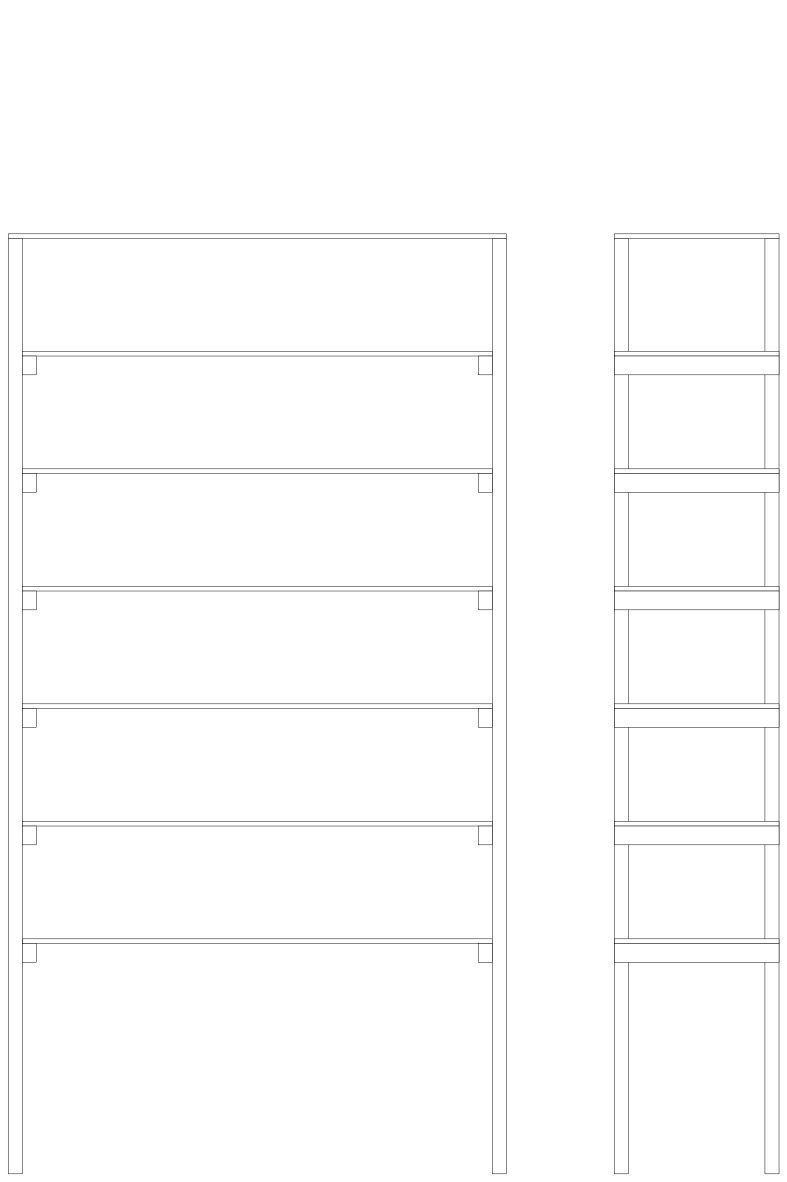
sendo-kakeru/diy keeps this draw.io diagram as 下駄箱.drawio. Above is the earlier version. Source tidied: cells renumbered, new cells numbered last; positions are measured from the earlier drawing's top-left corner, leaving out a move shared by most shapes. Both pictures are drawn from the tidied source at 47%, with x=0, y=0 at pixel (8, 234).
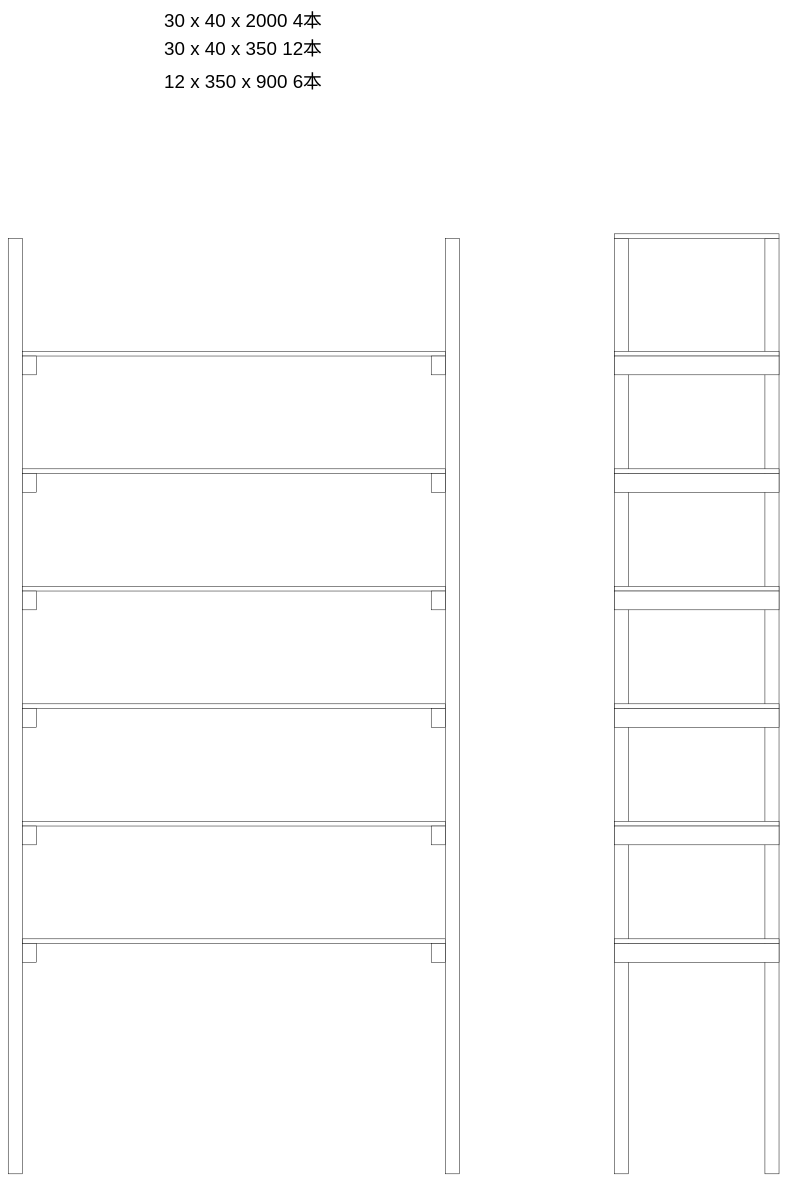
Above is the later version.

Commit message:
下駄箱 材料追加

The edit, as a diff of the source:
```diff
@@
     <mxCell id="2" style="rounded=0;whiteSpace=wrap;html=1;" parent="1" vertex="1">
-      <mxGeometry x="30" y="1500" width="1000" height="10" as="geometry" />
+      <mxGeometry x="30" y="1500" width="900" height="10" as="geometry" />
     </mxCell>
     <mxCell id="3" style="rounded=0;whiteSpace=wrap;html=1;" parent="1" vertex="1">
-      <mxGeometry x="1030" y="10" width="30" height="1990" as="geometry" />
+      <mxGeometry x="930" y="10" width="30" height="1990" as="geometry" />
     </mxCell>
@@
     <mxCell id="5" style="rounded=0;whiteSpace=wrap;html=1;" parent="1" vertex="1">
-      <mxGeometry x="1000" y="1510" width="30" height="40" as="geometry" />
+      <mxGeometry x="900" y="1510" width="30" height="40" as="geometry" />
     </mxCell>
@@
-    <mxCell id="7" style="rounded=0;whiteSpace=wrap;html=1;" parent="1" vertex="1">
-      <mxGeometry width="1060" height="10" as="geometry" />
-    </mxCell>
     <mxCell id="8" style="rounded=0;whiteSpace=wrap;html=1;" parent="1" vertex="1">
-      <mxGeometry x="30" y="1250" width="1000" height="10" as="geometry" />
+      <mxGeometry x="30" y="1250" width="900" height="10" as="geometry" />
     </mxCell>
     <mxCell id="9" style="rounded=0;whiteSpace=wrap;html=1;" parent="1" vertex="1">
-      <mxGeometry x="1000" y="1260" width="30" height="40" as="geometry" />
+      <mxGeometry x="900" y="1260" width="30" height="40" as="geometry" />
     </mxCell>
@@
     <mxCell id="11" style="rounded=0;whiteSpace=wrap;html=1;" parent="1" vertex="1">
-      <mxGeometry x="30" y="1000" width="1000" height="10" as="geometry" />
+      <mxGeometry x="30" y="1000" width="900" height="10" as="geometry" />
     </mxCell>
     <mxCell id="12" style="rounded=0;whiteSpace=wrap;html=1;" parent="1" vertex="1">
-      <mxGeometry x="1000" y="1010" width="30" height="40" as="geometry" />
+      <mxGeometry x="900" y="1010" width="30" height="40" as="geometry" />
     </mxCell>
@@
     <mxCell id="14" style="rounded=0;whiteSpace=wrap;html=1;" parent="1" vertex="1">
-      <mxGeometry x="30" y="750" width="1000" height="10" as="geometry" />
+      <mxGeometry x="30" y="750" width="900" height="10" as="geometry" />
     </mxCell>
     <mxCell id="15" style="rounded=0;whiteSpace=wrap;html=1;" parent="1" vertex="1">
-      <mxGeometry x="1000" y="760" width="30" height="40" as="geometry" />
+      <mxGeometry x="900" y="760" width="30" height="40" as="geometry" />
     </mxCell>
@@
     <mxCell id="17" style="rounded=0;whiteSpace=wrap;html=1;" parent="1" vertex="1">
-      <mxGeometry x="30" y="500" width="1000" height="10" as="geometry" />
+      <mxGeometry x="30" y="500" width="900" height="10" as="geometry" />
     </mxCell>
     <mxCell id="18" style="rounded=0;whiteSpace=wrap;html=1;" parent="1" vertex="1">
-      <mxGeometry x="1000" y="510" width="30" height="40" as="geometry" />
+      <mxGeometry x="900" y="510" width="30" height="40" as="geometry" />
     </mxCell>
@@
     <mxCell id="20" style="rounded=0;whiteSpace=wrap;html=1;" parent="1" vertex="1">
-      <mxGeometry x="30" y="250" width="1000" height="10" as="geometry" />
+      <mxGeometry x="30" y="250" width="900" height="10" as="geometry" />
     </mxCell>
     <mxCell id="21" style="rounded=0;whiteSpace=wrap;html=1;" parent="1" vertex="1">
-      <mxGeometry x="1000" y="260" width="30" height="40" as="geometry" />
+      <mxGeometry x="900" y="260" width="30" height="40" as="geometry" />
     </mxCell>
@@
+    <mxCell id="38" value="&lt;font style=&quot;font-size: 40px;&quot;&gt;30 x 40 x 2000 4本&lt;/font&gt;" style="text;html=1;strokeColor=none;fillColor=none;align=center;verticalAlign=middle;whiteSpace=wrap;rounded=0;" parent="1" vertex="1">
+      <mxGeometry y="-480" width="1000" height="50" as="geometry" />
+    </mxCell>
+    <mxCell id="39" value="&lt;font style=&quot;font-size: 40px;&quot;&gt;30 x 40 x 350 12本&lt;/font&gt;" style="text;html=1;strokeColor=none;fillColor=none;align=center;verticalAlign=middle;whiteSpace=wrap;rounded=0;" parent="1" vertex="1">
+      <mxGeometry y="-420" width="1000" height="50" as="geometry" />
+    </mxCell>
+    <mxCell id="40" value="&lt;font style=&quot;font-size: 40px;&quot;&gt;12 x 350 x 900 6本&lt;/font&gt;" style="text;html=1;strokeColor=none;fillColor=none;align=center;verticalAlign=middle;whiteSpace=wrap;rounded=0;" parent="1" vertex="1">
+      <mxGeometry y="-350" width="1000" height="50" as="geometry" />
+    </mxCell>
```
